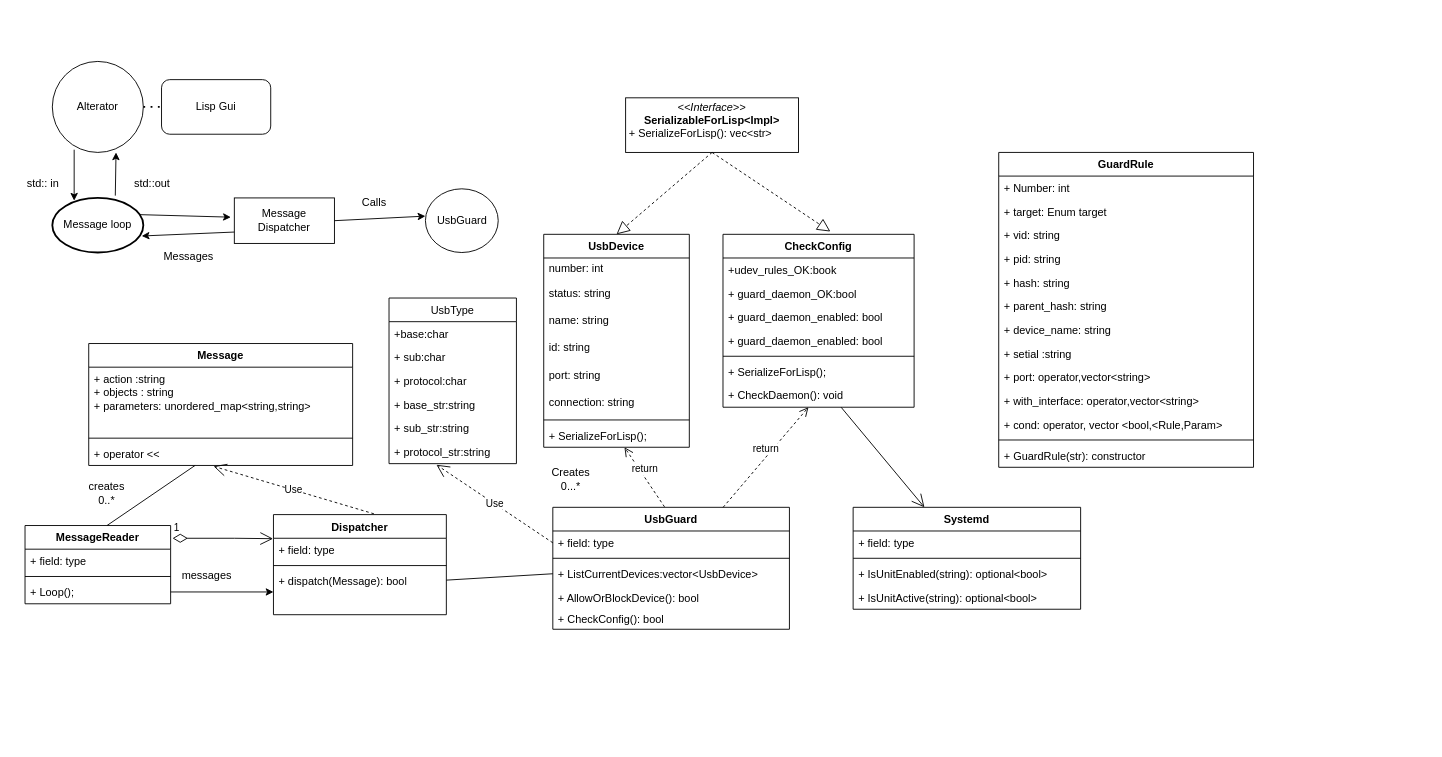
Earlier version of the draw.io diagram Classes.drawio (3036662/alterator-usbmount). Source tidied: cells renumbered, new cells numbered last; positions are measured from the earlier drawing's top-left corner, leaving out a move shared by most shapes. Both pictures are drawn from the tidied source at 91%, with x=0, y=0 at pixel (15, 61).
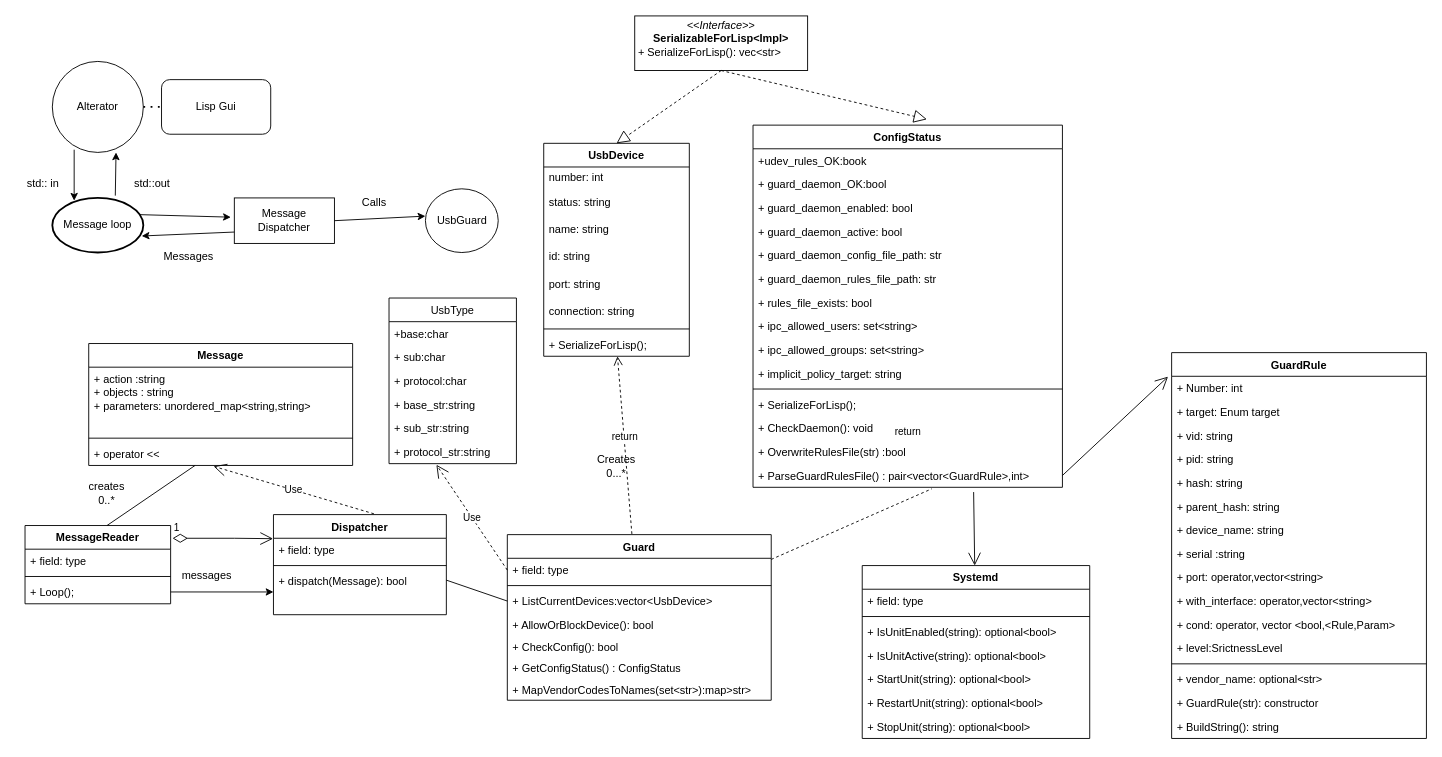
After the change.

The change refers to these unchanged cells:
```xml
<mxCell id="81" value="+ Number: int" style="text;strokeColor=none;fillColor=none;align=left;verticalAlign=top;spacingLeft=4;spacingRight=4;overflow=hidden;points=[[0,0.5],[1,0.5]];portConstraint=eastwest;" parent="80" vertex="1">
  <mxGeometry y="26" width="280" height="26" as="geometry" />
</mxCell>
```

The edit, as a diff of the source:
```diff
@@
     <mxCell id="31" value="UsbDevice" style="swimlane;fontStyle=1;align=center;verticalAlign=top;horizontal=1;startSize=26;whiteSpace=wrap;html=1;" parent="1" vertex="1">
-      <mxGeometry x="580" y="190" width="160" height="234" as="geometry" />
+      <mxGeometry x="580" y="90" width="160" height="234" as="geometry" />
     </mxCell>
@@
-    <mxCell id="40" value="UsbGuard" style="swimlane;fontStyle=1;align=center;verticalAlign=top;horizontal=1;startSize=26;whiteSpace=wrap;html=1;" parent="1" vertex="1">
-      <mxGeometry x="590" y="490" width="260" height="134" as="geometry" />
+    <mxCell id="40" value="Guard" style="swimlane;fontStyle=1;align=center;verticalAlign=top;horizontal=1;startSize=26;whiteSpace=wrap;html=1;" parent="1" vertex="1">
+      <mxGeometry x="540" y="520" width="290" height="182" as="geometry" />
     </mxCell>
     <mxCell id="41" value="+ field: type" style="text;strokeColor=none;fillColor=none;align=left;verticalAlign=top;spacingLeft=4;spacingRight=4;overflow=hidden;points=[[0,0.5],[1,0.5]];portConstraint=eastwest;whiteSpace=wrap;html=1;" parent="40" vertex="1">
-      <mxGeometry y="26" width="260" height="26" as="geometry" />
+      <mxGeometry y="26" width="290" height="26" as="geometry" />
     </mxCell>
     <mxCell id="42" style="line;strokeWidth=1;fillColor=none;align=left;verticalAlign=middle;spacingTop=-1;spacingLeft=3;spacingRight=3;labelPosition=right;strokeColor=inherit;" parent="40" vertex="1">
-      <mxGeometry y="52" width="260" height="8" as="geometry" />
+      <mxGeometry y="52" width="290" height="8" as="geometry" />
     </mxCell>
     <mxCell id="43" value="+ ListCurrentDevices:vector&amp;lt;UsbDevice&amp;gt;" style="text;strokeColor=none;fillColor=none;align=left;verticalAlign=top;spacingLeft=4;spacingRight=4;overflow=hidden;points=[[0,0.5],[1,0.5]];portConstraint=eastwest;whiteSpace=wrap;html=1;" parent="40" vertex="1">
-      <mxGeometry y="60" width="260" height="26" as="geometry" />
+      <mxGeometry y="60" width="290" height="26" as="geometry" />
     </mxCell>
     <mxCell id="44" value="+ AllowOrBlockDevice(): bool" style="text;strokeColor=none;fillColor=none;align=left;verticalAlign=top;spacingLeft=4;spacingRight=4;overflow=hidden;whiteSpace=wrap;html=1;" parent="40" vertex="1">
-      <mxGeometry y="86" width="260" height="24" as="geometry" />
+      <mxGeometry y="86" width="290" height="24" as="geometry" />
     </mxCell>
+    <mxCell id="94" value="+ CheckConfig(): bool" style="text;strokeColor=none;fillColor=none;align=left;verticalAlign=top;spacingLeft=4;spacingRight=4;overflow=hidden;whiteSpace=wrap;html=1;" parent="40" vertex="1">
+      <mxGeometry y="110" width="290" height="24" as="geometry" />
+    </mxCell>
+    <mxCell id="95" value="+ GetConfigStatus() : ConfigStatus" style="text;strokeColor=none;fillColor=none;align=left;verticalAlign=top;spacingLeft=4;spacingRight=4;overflow=hidden;whiteSpace=wrap;html=1;" parent="40" vertex="1">
+      <mxGeometry y="134" width="290" height="24" as="geometry" />
+    </mxCell>
-    <mxCell id="45" value="+ CheckConfig(): bool" style="text;strokeColor=none;fillColor=none;align=left;verticalAlign=top;spacingLeft=4;spacingRight=4;overflow=hidden;whiteSpace=wrap;html=1;" parent="40" vertex="1">
-      <mxGeometry y="110" width="260" height="24" as="geometry" />
+    <mxCell id="45" value="+ MapVendorCodesToNames(set&amp;lt;str&amp;gt;):map&amp;gt;str&amp;gt;" style="text;strokeColor=none;fillColor=none;align=left;verticalAlign=top;spacingLeft=4;spacingRight=4;overflow=hidden;whiteSpace=wrap;html=1;" parent="40" vertex="1">
+      <mxGeometry y="158" width="290" height="24" as="geometry" />
     </mxCell>
@@
     <mxCell id="52" value="Creates 0...*" style="text;html=1;strokeColor=none;fillColor=none;align=center;verticalAlign=middle;whiteSpace=wrap;rounded=0;" parent="1" vertex="1">
-      <mxGeometry x="580" y="444" width="60" height="30" as="geometry" />
+      <mxGeometry x="630" y="430" width="60" height="30" as="geometry" />
     </mxCell>
     <mxCell id="53" value="&lt;p style=&quot;margin:0px;margin-top:4px;text-align:center;&quot;&gt;&lt;i&gt;&amp;lt;&amp;lt;Interface&amp;gt;&amp;gt;&lt;/i&gt;&lt;br&gt;&lt;b&gt;SerializableForLisp&amp;lt;Impl&amp;gt;&lt;/b&gt;&lt;/p&gt;&lt;p style=&quot;margin:0px;margin-left:4px;&quot;&gt;+ SerializeForLisp(): vec&amp;lt;str&amp;gt;&lt;br&gt;&lt;/p&gt;" style="verticalAlign=top;align=left;overflow=fill;fontSize=12;fontFamily=Helvetica;html=1;" parent="1" vertex="1">
-      <mxGeometry x="670" y="40" width="190" height="60" as="geometry" />
+      <mxGeometry x="680" y="-50" width="190" height="60" as="geometry" />
     </mxCell>
@@
-    <mxCell id="55" value="CheckConfig" style="swimlane;fontStyle=1;align=center;verticalAlign=top;horizontal=1;startSize=26;" parent="1" vertex="1">
-      <mxGeometry x="777" y="190" width="210" height="190" as="geometry" />
+    <mxCell id="55" value="ConfigStatus" style="swimlane;fontStyle=1;align=center;verticalAlign=top;horizontal=1;startSize=26;" parent="1" vertex="1">
+      <mxGeometry x="810" y="70" width="340" height="398" as="geometry" />
     </mxCell>
     <mxCell id="56" value="+udev_rules_OK:book" style="text;strokeColor=none;fillColor=none;align=left;verticalAlign=top;spacingLeft=4;spacingRight=4;overflow=hidden;" parent="55" vertex="1">
-      <mxGeometry y="26" width="210" height="26" as="geometry" />
+      <mxGeometry y="26" width="340" height="26" as="geometry" />
     </mxCell>
     <mxCell id="57" value="+ guard_daemon_OK:bool" style="text;strokeColor=none;fillColor=none;align=left;verticalAlign=top;spacingLeft=4;spacingRight=4;overflow=hidden;" parent="55" vertex="1">
-      <mxGeometry y="52" width="210" height="26" as="geometry" />
+      <mxGeometry y="52" width="340" height="26" as="geometry" />
     </mxCell>
     <mxCell id="58" value="+ guard_daemon_enabled: bool" style="text;strokeColor=none;fillColor=none;align=left;verticalAlign=top;spacingLeft=4;spacingRight=4;overflow=hidden;" parent="55" vertex="1">
-      <mxGeometry y="78" width="210" height="26" as="geometry" />
+      <mxGeometry y="78" width="340" height="26" as="geometry" />
     </mxCell>
+    <mxCell id="96" value="+ guard_daemon_active: bool" style="text;strokeColor=none;fillColor=none;align=left;verticalAlign=top;spacingLeft=4;spacingRight=4;overflow=hidden;" parent="55" vertex="1">
+      <mxGeometry y="104" width="340" height="26" as="geometry" />
+    </mxCell>
+    <mxCell id="97" value="+ guard_daemon_config_file_path: str" style="text;strokeColor=none;fillColor=none;align=left;verticalAlign=top;spacingLeft=4;spacingRight=4;overflow=hidden;" parent="55" vertex="1">
+      <mxGeometry y="130" width="340" height="26" as="geometry" />
+    </mxCell>
+    <mxCell id="98" value="+ guard_daemon_rules_file_path: str" style="text;strokeColor=none;fillColor=none;align=left;verticalAlign=top;spacingLeft=4;spacingRight=4;overflow=hidden;" parent="55" vertex="1">
+      <mxGeometry y="156" width="340" height="26" as="geometry" />
+    </mxCell>
-    <mxCell id="59" value="+ guard_daemon_enabled: bool" style="text;strokeColor=none;fillColor=none;align=left;verticalAlign=top;spacingLeft=4;spacingRight=4;overflow=hidden;" parent="55" vertex="1">
-      <mxGeometry y="104" width="210" height="26" as="geometry" />
+    <mxCell id="59" value="+ rules_file_exists: bool" style="text;strokeColor=none;fillColor=none;align=left;verticalAlign=top;spacingLeft=4;spacingRight=4;overflow=hidden;" parent="55" vertex="1">
+      <mxGeometry y="182" width="340" height="26" as="geometry" />
     </mxCell>
+    <mxCell id="99" value="+ ipc_allowed_users: set&lt;string&gt;" style="text;strokeColor=none;fillColor=none;align=left;verticalAlign=top;spacingLeft=4;spacingRight=4;overflow=hidden;" parent="55" vertex="1">
+      <mxGeometry y="208" width="340" height="26" as="geometry" />
+    </mxCell>
+    <mxCell id="100" value="+ ipc_allowed_groups: set&lt;string&gt;" style="text;strokeColor=none;fillColor=none;align=left;verticalAlign=top;spacingLeft=4;spacingRight=4;overflow=hidden;" parent="55" vertex="1">
+      <mxGeometry y="234" width="340" height="26" as="geometry" />
+    </mxCell>
+    <mxCell id="101" value="+ implicit_policy_target: string" style="text;strokeColor=none;fillColor=none;align=left;verticalAlign=top;spacingLeft=4;spacingRight=4;overflow=hidden;" parent="55" vertex="1">
+      <mxGeometry y="260" width="340" height="26" as="geometry" />
+    </mxCell>
     <mxCell id="60" style="line;strokeWidth=1;fillColor=none;align=left;verticalAlign=middle;spacingTop=-1;spacingLeft=3;spacingRight=3;labelPosition=right;strokeColor=inherit;" parent="55" vertex="1">
-      <mxGeometry y="130" width="210" height="8" as="geometry" />
+      <mxGeometry y="286" width="340" height="8" as="geometry" />
     </mxCell>
     <mxCell id="61" value="+ SerializeForLisp();" style="text;strokeColor=none;fillColor=none;align=left;verticalAlign=top;spacingLeft=4;spacingRight=4;overflow=hidden;whiteSpace=wrap;html=1;" parent="55" vertex="1">
-      <mxGeometry y="138" width="210" height="26" as="geometry" />
+      <mxGeometry y="294" width="340" height="26" as="geometry" />
     </mxCell>
+    <mxCell id="102" value="+ CheckDaemon(): void" style="text;strokeColor=none;fillColor=none;align=left;verticalAlign=top;spacingLeft=4;spacingRight=4;overflow=hidden;points=[[0,0.5],[1,0.5]];portConstraint=eastwest;" parent="55" vertex="1">
+      <mxGeometry y="320" width="340" height="26" as="geometry" />
+    </mxCell>
+    <mxCell id="69" value="return" style="html=1;verticalAlign=bottom;endArrow=open;dashed=1;endSize=8;startArrow=none;" parent="55" edge="1" source="102" target="62">
+      <mxGeometry relative="1" as="geometry" />
+    </mxCell>
-    <mxCell id="62" value="+ CheckDaemon(): void" style="text;strokeColor=none;fillColor=none;align=left;verticalAlign=top;spacingLeft=4;spacingRight=4;overflow=hidden;points=[[0,0.5],[1,0.5]];portConstraint=eastwest;" parent="55" vertex="1">
-      <mxGeometry y="164" width="210" height="26" as="geometry" />
+    <mxCell id="62" value="+ OverwriteRulesFile(str) :bool" style="text;strokeColor=none;fillColor=none;align=left;verticalAlign=top;spacingLeft=4;spacingRight=4;overflow=hidden;points=[[0,0.5],[1,0.5]];portConstraint=eastwest;" parent="55" vertex="1">
+      <mxGeometry y="346" width="340" height="26" as="geometry" />
     </mxCell>
+    <mxCell id="103" value="+ ParseGuardRulesFile() : pair&lt;vector&lt;GuardRule&gt;,int&gt;" style="text;strokeColor=none;fillColor=none;align=left;verticalAlign=top;spacingLeft=4;spacingRight=4;overflow=hidden;points=[[0,0.5],[1,0.5]];portConstraint=eastwest;" parent="55" vertex="1">
+      <mxGeometry y="372" width="340" height="26" as="geometry" />
+    </mxCell>
@@
     <mxCell id="64" value="Systemd" style="swimlane;fontStyle=1;align=center;verticalAlign=top;horizontal=1;startSize=26;" parent="1" vertex="1">
-      <mxGeometry x="920" y="490" width="250" height="112" as="geometry" />
+      <mxGeometry x="930" y="554" width="250" height="190" as="geometry" />
     </mxCell>
@@
+    <mxCell id="104" value="+ IsUnitActive(string): optional&lt;bool&gt;" style="text;strokeColor=none;fillColor=none;align=left;verticalAlign=top;spacingLeft=4;spacingRight=4;overflow=hidden;" parent="64" vertex="1">
+      <mxGeometry y="86" width="250" height="26" as="geometry" />
+    </mxCell>
+    <mxCell id="105" value="+ StartUnit(string): optional&lt;bool&gt;" style="text;strokeColor=none;fillColor=none;align=left;verticalAlign=top;spacingLeft=4;spacingRight=4;overflow=hidden;" parent="64" vertex="1">
+      <mxGeometry y="112" width="250" height="26" as="geometry" />
+    </mxCell>
+    <mxCell id="106" value="+ RestartUnit(string): optional&lt;bool&gt;" style="text;strokeColor=none;fillColor=none;align=left;verticalAlign=top;spacingLeft=4;spacingRight=4;overflow=hidden;" parent="64" vertex="1">
+      <mxGeometry y="138" width="250" height="26" as="geometry" />
+    </mxCell>
-    <mxCell id="68" value="+ IsUnitActive(string): optional&lt;bool&gt;" style="text;strokeColor=none;fillColor=none;align=left;verticalAlign=top;spacingLeft=4;spacingRight=4;overflow=hidden;" parent="64" vertex="1">
-      <mxGeometry y="86" width="250" height="26" as="geometry" />
+    <mxCell id="68" value="+ StopUnit(string): optional&lt;bool&gt;" style="text;strokeColor=none;fillColor=none;align=left;verticalAlign=top;spacingLeft=4;spacingRight=4;overflow=hidden;" parent="64" vertex="1">
+      <mxGeometry y="164" width="250" height="26" as="geometry" />
     </mxCell>
-    <mxCell id="69" value="return" style="html=1;verticalAlign=bottom;endArrow=open;dashed=1;endSize=8;" parent="1" edge="1" source="40" target="62">
-      <mxGeometry relative="1" as="geometry" />
-    </mxCell>
-    <mxCell id="70" style="endArrow=open;endFill=1;endSize=12;html=1;exitX=0.618;exitY=1;exitDx=0;exitDy=0;exitPerimeter=0;" parent="1" edge="1" source="62" target="64">
+    <mxCell id="70" style="endArrow=open;endFill=1;endSize=12;html=1;exitX=0.713;exitY=1.201;exitDx=0;exitDy=0;exitPerimeter=0;" parent="1" edge="1" source="103" target="64">
       <mxGeometry relative="1" as="geometry" />
     </mxCell>
@@
     <mxCell id="80" value="GuardRule" style="swimlane;fontStyle=1;align=center;verticalAlign=top;horizontal=1;startSize=26;" parent="1" vertex="1">
-      <mxGeometry x="1080" y="100" width="280" height="346" as="geometry" />
+      <mxGeometry x="1270" y="320" width="280" height="424" as="geometry" />
     </mxCell>
@@
-    <mxCell id="88" value="+ setial :string" style="text;strokeColor=none;fillColor=none;align=left;verticalAlign=top;spacingLeft=4;spacingRight=4;overflow=hidden;" parent="80" vertex="1">
+    <mxCell id="88" value="+ serial :string" style="text;strokeColor=none;fillColor=none;align=left;verticalAlign=top;spacingLeft=4;spacingRight=4;overflow=hidden;" parent="80" vertex="1">
       <mxGeometry y="208" width="280" height="26" as="geometry" />
     </mxCell>
@@
+    <mxCell id="107" value="+ level:SrictnessLevel" style="text;strokeColor=none;fillColor=none;align=left;verticalAlign=top;spacingLeft=4;spacingRight=4;overflow=hidden;" parent="80" vertex="1">
+      <mxGeometry y="312" width="280" height="26" as="geometry" />
+    </mxCell>
     <mxCell id="92" style="line;strokeWidth=1;fillColor=none;align=left;verticalAlign=middle;spacingTop=-1;spacingLeft=3;spacingRight=3;labelPosition=right;strokeColor=inherit;" parent="80" vertex="1">
-      <mxGeometry y="312" width="280" height="8" as="geometry" />
+      <mxGeometry y="338" width="280" height="8" as="geometry" />
     </mxCell>
+    <mxCell id="108" value="+ vendor_name: optional&lt;str&gt;" style="text;strokeColor=none;fillColor=none;align=left;verticalAlign=top;spacingLeft=4;spacingRight=4;overflow=hidden;" parent="80" vertex="1">
+      <mxGeometry y="346" width="280" height="26" as="geometry" />
+    </mxCell>
     <mxCell id="93" value="+ GuardRule(str): constructor" style="text;strokeColor=none;fillColor=none;align=left;verticalAlign=top;spacingLeft=4;spacingRight=4;overflow=hidden;" parent="80" vertex="1">
-      <mxGeometry y="320" width="280" height="26" as="geometry" />
+      <mxGeometry y="372" width="280" height="26" as="geometry" />
     </mxCell>
+    <mxCell id="109" value="+ BuildString(): string" style="text;strokeColor=none;fillColor=none;align=left;verticalAlign=top;spacingLeft=4;spacingRight=4;overflow=hidden;" parent="80" vertex="1">
+      <mxGeometry y="398" width="280" height="26" as="geometry" />
+    </mxCell>
+    <mxCell id="110" style="html=1;verticalAlign=bottom;endArrow=none;dashed=1;endSize=8;entryX=0.578;entryY=1.062;entryDx=0;entryDy=0;entryPerimeter=0;" parent="1" edge="1" source="40" target="103">
+      <mxGeometry relative="1" as="geometry" />
+    </mxCell>
+    <mxCell id="111" style="endArrow=open;endFill=1;endSize=12;html=1;entryX=-0.014;entryY=0.016;entryDx=0;entryDy=0;exitX=1;exitY=0.5;exitDx=0;exitDy=0;entryPerimeter=0;" parent="1" edge="1" source="103" target="81">
+      <mxGeometry relative="1" as="geometry" />
+    </mxCell>
```
